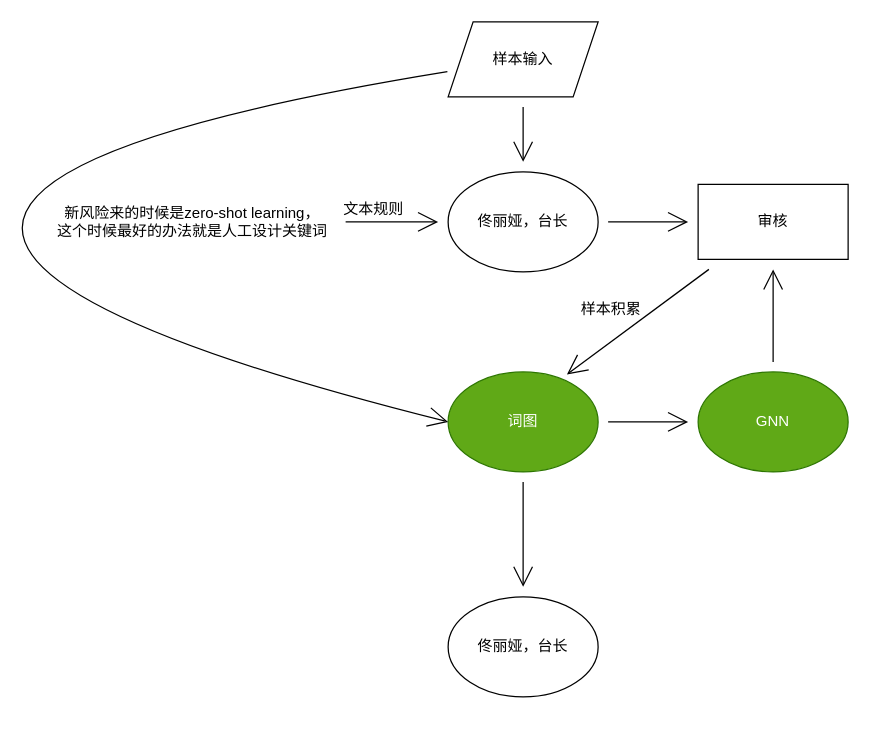
Before: 内容安全.drawio in fpcsong/diagram, a draw.io diagram. Source tidied: cells renumbered, new cells numbered last; positions are measured from the earlier drawing's top-left corner, leaving out a move shared by most shapes. Both pictures are drawn from the tidied source at 125%, with x=0, y=0 at pixel (-402, 21).
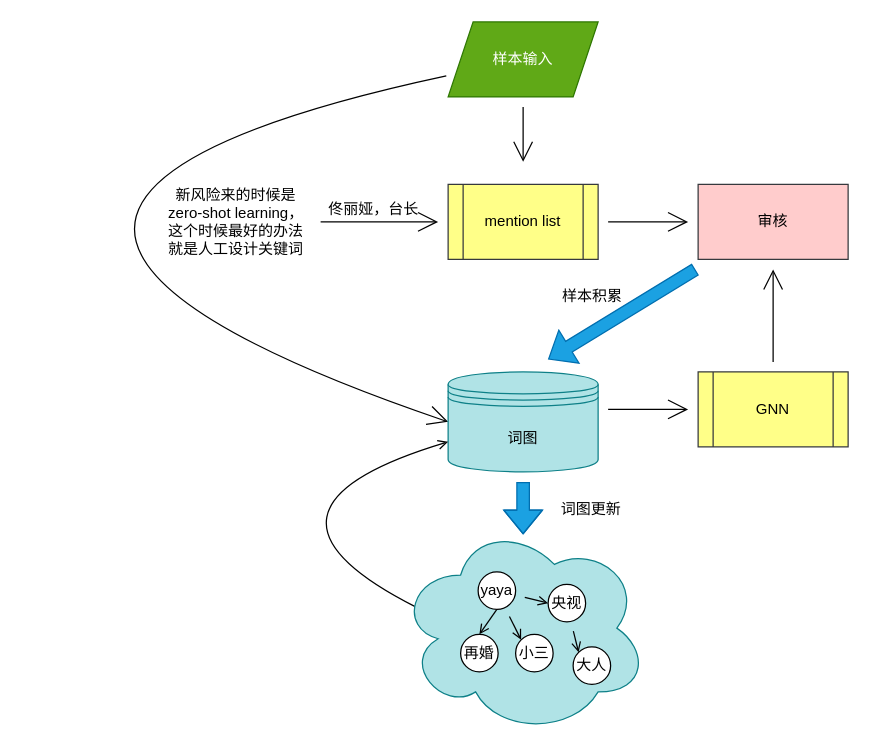
Above is the later version.

What changed in the source:
```diff
@@
-    <mxCell id="2" style="edgeStyle=none;curved=1;rounded=0;jettySize=auto;html=1;endArrow=open;startSize=14;endSize=14;sourcePerimeterSpacing=8;targetPerimeterSpacing=8;" parent="1" edge="1" source="3" target="17">
-      <mxGeometry relative="1" as="geometry" />
+    <mxCell id="2" style="edgeStyle=none;curved=1;rounded=0;jettySize=auto;html=1;endArrow=open;startSize=14;endSize=14;sourcePerimeterSpacing=8;targetPerimeterSpacing=8;" parent="1" edge="1" target="17">
+      <mxGeometry relative="1" as="geometry">
+        <mxPoint x="808" y="160" as="sourcePoint" />
+      </mxGeometry>
     </mxCell>
-    <mxCell id="3" value="佟丽娅，台长" style="ellipse;whiteSpace=wrap;html=1;hachureGap=4;" parent="1" vertex="1">
-      <mxGeometry x="680" y="120" width="120" height="80" as="geometry" />
-    </mxCell>
-    <mxCell id="4" style="edgeStyle=none;curved=1;rounded=0;jettySize=auto;html=1;endArrow=open;startSize=14;endSize=14;sourcePerimeterSpacing=8;targetPerimeterSpacing=8;" parent="1" edge="1" source="5" target="3">
-      <mxGeometry relative="1" as="geometry" />
+    <mxCell id="4" style="edgeStyle=none;curved=1;rounded=0;jettySize=auto;html=1;endArrow=open;startSize=14;endSize=14;sourcePerimeterSpacing=8;targetPerimeterSpacing=8;" parent="1" edge="1" source="5">
+      <mxGeometry relative="1" as="geometry">
+        <mxPoint x="672" y="160" as="targetPoint" />
+      </mxGeometry>
     </mxCell>
-    <mxCell id="5" value="新风险来的时候是zero-shot learning，&lt;br&gt;这个时候最好的办法就是人工设计关键词" style="text;html=1;align=center;verticalAlign=middle;points=[];strokeColor=none;fillColor=none;" parent="1" vertex="1">
-      <mxGeometry x="360" y="145" width="230" height="30" as="geometry" />
+    <mxCell id="5" value="新风险来的时候是&lt;br&gt;zero-shot learning，&lt;br&gt;这个时候最好的办法&lt;br&gt;就是人工设计关键词" style="text;html=1;align=center;verticalAlign=middle;points=[];strokeColor=none;fillColor=none;" parent="1" vertex="1">
+      <mxGeometry x="450" y="130" width="120" height="60" as="geometry" />
     </mxCell>
-    <mxCell id="6" value="佟丽娅，台长" style="ellipse;whiteSpace=wrap;html=1;hachureGap=4;" parent="1" vertex="1">
-      <mxGeometry x="680" y="460" width="120" height="80" as="geometry" />
-    </mxCell>
-    <mxCell id="7" style="edgeStyle=none;curved=1;rounded=0;jettySize=auto;html=1;endArrow=open;startSize=14;endSize=14;sourcePerimeterSpacing=8;targetPerimeterSpacing=8;" parent="1" edge="1" source="9" target="6">
-      <mxGeometry relative="1" as="geometry" />
-    </mxCell>
-    <mxCell id="8" style="edgeStyle=none;curved=1;rounded=0;jettySize=auto;html=1;endArrow=open;startSize=14;endSize=14;sourcePerimeterSpacing=8;targetPerimeterSpacing=8;" parent="1" edge="1" source="9" target="11">
-      <mxGeometry relative="1" as="geometry" />
+    <mxCell id="8" style="edgeStyle=none;curved=1;rounded=0;orthogonalLoop=1;jettySize=auto;html=1;endArrow=open;startSize=14;endSize=14;sourcePerimeterSpacing=8;targetPerimeterSpacing=8;" parent="1" edge="1">
+      <mxGeometry relative="1" as="geometry">
+        <mxPoint x="808" y="310" as="sourcePoint" />
+        <mxPoint x="872" y="310" as="targetPoint" />
+      </mxGeometry>
     </mxCell>
-    <mxCell id="9" value="词图" style="ellipse;whiteSpace=wrap;html=1;hachureGap=4;fillColor=#60a917;strokeColor=#2D7600;fontColor=#ffffff;" parent="1" vertex="1">
-      <mxGeometry x="680" y="280" width="120" height="80" as="geometry" />
-    </mxCell>
-    <mxCell id="10" style="edgeStyle=none;curved=1;rounded=0;jettySize=auto;html=1;endArrow=open;startSize=14;endSize=14;sourcePerimeterSpacing=8;targetPerimeterSpacing=8;" parent="1" edge="1" source="11" target="17">
-      <mxGeometry relative="1" as="geometry" />
+    <mxCell id="10" style="edgeStyle=none;curved=1;rounded=0;jettySize=auto;html=1;endArrow=open;startSize=14;endSize=14;sourcePerimeterSpacing=8;targetPerimeterSpacing=8;" parent="1" edge="1" target="17">
+      <mxGeometry relative="1" as="geometry">
+        <mxPoint x="940" y="272" as="sourcePoint" />
+      </mxGeometry>
     </mxCell>
-    <mxCell id="11" value="GNN" style="ellipse;whiteSpace=wrap;html=1;hachureGap=4;fillColor=#60a917;strokeColor=#2D7600;fontColor=#ffffff;" parent="1" vertex="1">
-      <mxGeometry x="880" y="280" width="120" height="80" as="geometry" />
-    </mxCell>
-    <mxCell id="12" style="edgeStyle=none;curved=1;rounded=0;jettySize=auto;html=1;endArrow=open;startSize=14;endSize=14;sourcePerimeterSpacing=8;targetPerimeterSpacing=8;" parent="1" edge="1" source="14" target="3">
-      <mxGeometry relative="1" as="geometry" />
+    <mxCell id="12" style="edgeStyle=none;curved=1;rounded=0;jettySize=auto;html=1;endArrow=open;startSize=14;endSize=14;sourcePerimeterSpacing=8;targetPerimeterSpacing=8;" parent="1" edge="1" source="14">
+      <mxGeometry relative="1" as="geometry">
+        <mxPoint x="740" y="112" as="targetPoint" />
+      </mxGeometry>
     </mxCell>
-    <mxCell id="13" style="edgeStyle=none;curved=1;rounded=0;jettySize=auto;html=1;entryX=0;entryY=0.5;entryDx=0;entryDy=0;endArrow=open;startSize=14;endSize=14;sourcePerimeterSpacing=8;targetPerimeterSpacing=8;" parent="1" edge="1" source="14" target="9">
+    <mxCell id="13" style="edgeStyle=none;curved=1;rounded=0;jettySize=auto;html=1;entryX=0;entryY=0.5;entryDx=0;entryDy=0;endArrow=open;startSize=14;endSize=14;sourcePerimeterSpacing=8;targetPerimeterSpacing=8;" parent="1" edge="1" source="14">
       <mxGeometry relative="1" as="geometry">
+        <mxPoint x="680" y="320" as="targetPoint" />
         <Array as="points">
-          <mxPoint y="150" />
+          <mxPoint x="180" y="150" />
         </Array>
       </mxGeometry>
     </mxCell>
-    <mxCell id="14" value="样本输入" style="shape=parallelogram;perimeter=parallelogramPerimeter;whiteSpace=wrap;html=1;fixedSize=1;hachureGap=4;" parent="1" vertex="1">
+    <mxCell id="14" value="样本输入" style="shape=parallelogram;perimeter=parallelogramPerimeter;whiteSpace=wrap;html=1;fixedSize=1;hachureGap=4;fillColor=#60a917;strokeColor=#2D7600;fontColor=#ffffff;" parent="1" vertex="1">
       <mxGeometry x="680" width="120" height="60" as="geometry" />
     </mxCell>
-    <mxCell id="15" value="文本规则" style="text;html=1;align=center;verticalAlign=middle;strokeColor=none;fillColor=none;" parent="1" vertex="1">
-      <mxGeometry x="590" y="140" width="60" height="20" as="geometry" />
+    <mxCell id="15" value="佟丽娅，台长" style="text;html=1;align=center;verticalAlign=middle;strokeColor=none;fillColor=none;" parent="1" vertex="1">
+      <mxGeometry x="575" y="140" width="90" height="20" as="geometry" />
     </mxCell>
-    <mxCell id="16" style="edgeStyle=none;curved=1;rounded=0;jettySize=auto;html=1;entryX=0.792;entryY=0.025;entryDx=0;entryDy=0;entryPerimeter=0;endArrow=open;startSize=14;endSize=14;sourcePerimeterSpacing=8;targetPerimeterSpacing=8;" parent="1" edge="1" source="17" target="9">
-      <mxGeometry relative="1" as="geometry" />
+    <mxCell id="16" style="edgeStyle=none;curved=1;rounded=0;jettySize=auto;html=1;endArrow=open;sourcePerimeterSpacing=8;targetPerimeterSpacing=8;shadow=0;sketch=0;shape=flexArrow;fillColor=#1ba1e2;strokeColor=#006EAF;" parent="1" edge="1" source="17">
+      <mxGeometry relative="1" as="geometry">
+        <mxPoint x="760" y="270" as="targetPoint" />
+      </mxGeometry>
     </mxCell>
-    <mxCell id="17" value="审核" style="whiteSpace=wrap;html=1;hachureGap=4;" parent="1" vertex="1">
+    <mxCell id="17" value="审核" style="whiteSpace=wrap;html=1;hachureGap=4;fillColor=#ffcccc;strokeColor=#36393d;" parent="1" vertex="1">
       <mxGeometry x="880" y="130" width="120" height="60" as="geometry" />
     </mxCell>
     <mxCell id="18" value="样本积累" style="text;html=1;align=center;verticalAlign=middle;strokeColor=none;fillColor=none;" parent="1" vertex="1">
-      <mxGeometry x="780" y="220" width="60" height="20" as="geometry" />
+      <mxGeometry x="765" y="210" width="60" height="20" as="geometry" />
     </mxCell>
+    <mxCell id="19" style="edgeStyle=none;shape=flexArrow;curved=1;rounded=0;sketch=0;orthogonalLoop=1;jettySize=auto;html=1;shadow=0;endArrow=open;sourcePerimeterSpacing=8;targetPerimeterSpacing=8;fillColor=#1ba1e2;strokeColor=#006EAF;" parent="1" edge="1">
+      <mxGeometry relative="1" as="geometry">
+        <mxPoint x="740" y="368" as="sourcePoint" />
+        <mxPoint x="740" y="410" as="targetPoint" />
+        <Array as="points">
+          <mxPoint x="740" y="380" />
+        </Array>
+      </mxGeometry>
+    </mxCell>
+    <mxCell id="9" value="词图" style="shape=datastore;whiteSpace=wrap;html=1;hachureGap=4;fillColor=#b0e3e6;strokeColor=#0e8088;" parent="1" vertex="1">
+      <mxGeometry x="680" y="280" width="120" height="80" as="geometry" />
+    </mxCell>
+    <mxCell id="11" value="GNN" style="shape=process;whiteSpace=wrap;html=1;backgroundOutline=1;hachureGap=4;fillColor=#ffff88;strokeColor=#36393d;" parent="1" vertex="1">
+      <mxGeometry x="880" y="280" width="120" height="60" as="geometry" />
+    </mxCell>
+    <mxCell id="20" value="mention list" style="shape=process;whiteSpace=wrap;html=1;backgroundOutline=1;hachureGap=4;fillColor=#ffff88;strokeColor=#36393d;" parent="1" vertex="1">
+      <mxGeometry x="680" y="130" width="120" height="60" as="geometry" />
+    </mxCell>
+    <mxCell id="21" style="edgeStyle=none;curved=1;rounded=0;sketch=0;jettySize=auto;html=1;entryX=0;entryY=0.7;entryDx=0;entryDy=0;shadow=0;endArrow=open;sourcePerimeterSpacing=8;targetPerimeterSpacing=8;exitX=0.07;exitY=0.4;exitDx=0;exitDy=0;exitPerimeter=0;" parent="1" edge="1" source="22" target="9">
+      <mxGeometry relative="1" as="geometry">
+        <Array as="points">
+          <mxPoint x="500" y="390" />
+        </Array>
+      </mxGeometry>
+    </mxCell>
+    <mxCell id="22" style="ellipse;shape=cloud;whiteSpace=wrap;html=1;hachureGap=4;fillColor=#b0e3e6;strokeColor=#0e8088;" parent="1" vertex="1">
+      <mxGeometry x="640" y="400" width="200" height="170" as="geometry" />
+    </mxCell>
+    <mxCell id="23" style="edgeStyle=none;curved=1;rounded=0;sketch=0;jettySize=auto;html=1;entryX=0.5;entryY=0;entryDx=0;entryDy=0;shadow=0;endArrow=open;sourcePerimeterSpacing=8;targetPerimeterSpacing=8;exitX=0.5;exitY=1;exitDx=0;exitDy=0;" parent="1" edge="1" source="26" target="29">
+      <mxGeometry relative="1" as="geometry" />
+    </mxCell>
+    <mxCell id="24" style="edgeStyle=none;curved=1;rounded=0;sketch=0;jettySize=auto;html=1;entryX=0;entryY=0.5;entryDx=0;entryDy=0;shadow=0;endArrow=open;sourcePerimeterSpacing=8;targetPerimeterSpacing=8;" parent="1" edge="1" source="26" target="28">
+      <mxGeometry relative="1" as="geometry" />
+    </mxCell>
+    <mxCell id="25" style="edgeStyle=none;curved=1;rounded=0;sketch=0;jettySize=auto;html=1;entryX=0;entryY=0;entryDx=0;entryDy=0;shadow=0;endArrow=open;sourcePerimeterSpacing=8;targetPerimeterSpacing=8;" parent="1" edge="1" source="26" target="31">
+      <mxGeometry relative="1" as="geometry" />
+    </mxCell>
+    <mxCell id="26" value="yaya" style="ellipse;whiteSpace=wrap;html=1;hachureGap=4;" parent="1" vertex="1">
+      <mxGeometry x="704" y="440" width="30" height="30" as="geometry" />
+    </mxCell>
+    <mxCell id="27" style="edgeStyle=none;curved=1;rounded=0;sketch=0;jettySize=auto;html=1;entryX=0;entryY=0;entryDx=0;entryDy=0;shadow=0;endArrow=open;sourcePerimeterSpacing=8;targetPerimeterSpacing=8;" parent="1" edge="1" source="28" target="30">
+      <mxGeometry relative="1" as="geometry" />
+    </mxCell>
+    <mxCell id="28" value="央视" style="ellipse;whiteSpace=wrap;html=1;hachureGap=4;" parent="1" vertex="1">
+      <mxGeometry x="760" y="450" width="30" height="30" as="geometry" />
+    </mxCell>
+    <mxCell id="29" value="再婚" style="ellipse;whiteSpace=wrap;html=1;hachureGap=4;" parent="1" vertex="1">
+      <mxGeometry x="690" y="490" width="30" height="30" as="geometry" />
+    </mxCell>
+    <mxCell id="30" value="大人" style="ellipse;whiteSpace=wrap;html=1;hachureGap=4;" parent="1" vertex="1">
+      <mxGeometry x="780" y="500" width="30" height="30" as="geometry" />
+    </mxCell>
+    <mxCell id="31" value="小三" style="ellipse;whiteSpace=wrap;html=1;hachureGap=4;" parent="1" vertex="1">
+      <mxGeometry x="734" y="490" width="30" height="30" as="geometry" />
+    </mxCell>
+    <mxCell id="32" value="词图更新" style="text;html=1;align=center;verticalAlign=middle;strokeColor=none;fillColor=none;" parent="1" vertex="1">
+      <mxGeometry x="764" y="380" width="60" height="20" as="geometry" />
+    </mxCell>
```
